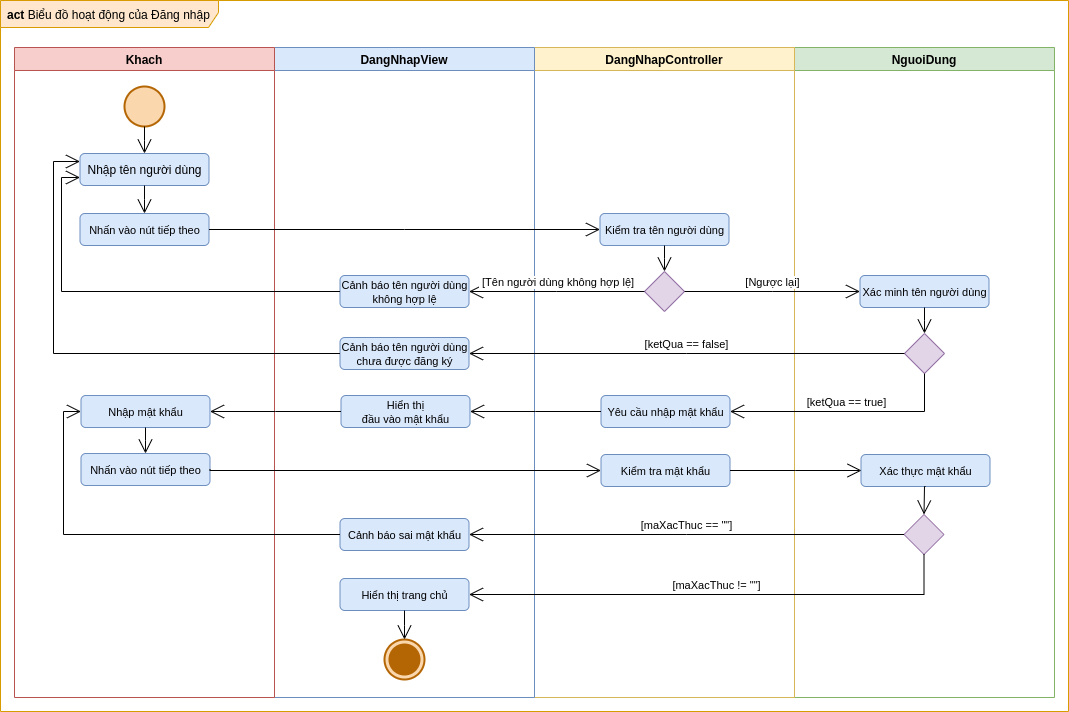
The draw.io diagram images/Activity Diagram/Login.png in luclegen/medicine16, before a commit. Source tidied: cells renumbered, new cells last; positions are measured from the earlier drawing's top-left corner, leaving out a move shared by most shapes.
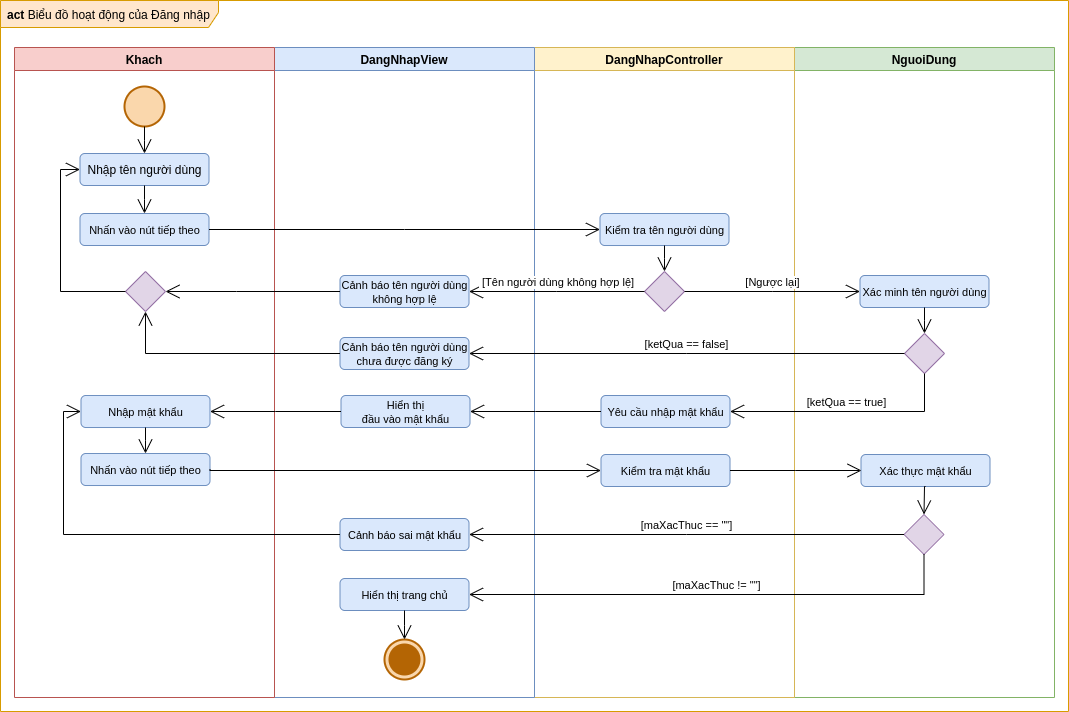
After the change.

Change to the diagram source:
```diff
@@ -95,6 +95,16 @@
     <mxCell id="32" style="edgeStyle=elbowEdgeStyle;html=1;elbow=vertical;verticalAlign=bottom;endArrow=open;rounded=0;endSize=12;exitX=0.5;exitY=1;exitDx=0;exitDy=0;entryX=0.5;entryY=0;entryDx=0;entryDy=0;" parent="24" edge="1" source="30" target="31">
       <mxGeometry relative="1" as="geometry" />
     </mxCell>
+    <mxCell id="47" style="shape=rhombus;html=1;verticalLabelPosition=bottom;verticalAlignment=top;fillColor=#e1d5e7;strokeColor=#9673a6;" parent="24" vertex="1">
+      <mxGeometry x="111" y="224" width="40" height="40" as="geometry" />
+    </mxCell>
+    <mxCell id="48" style="edgeStyle=elbowEdgeStyle;html=1;elbow=vertical;verticalAlign=bottom;endArrow=open;rounded=0;endSize=12;exitX=0;exitY=0.5;exitDx=0;exitDy=0;entryX=0;entryY=0.5;entryDx=0;entryDy=0;" parent="24" edge="1" source="47" target="26">
+      <mxGeometry relative="1" as="geometry">
+        <Array as="points">
+          <mxPoint x="46" y="195" />
+        </Array>
+      </mxGeometry>
+    </mxCell>
     <mxCell id="33" value="&amp;nbsp;[Tên người dùng không hợp lệ]" style="edgeStyle=elbowEdgeStyle;html=1;elbow=vertical;verticalAlign=bottom;endArrow=open;rounded=0;endSize=12;entryX=1;entryY=0.5;entryDx=0;entryDy=0;" parent="1" edge="1" source="12" target="17">
       <mxGeometry relative="1" as="geometry" />
     </mxCell>
@@ -127,21 +137,20 @@
         </Array>
       </mxGeometry>
     </mxCell>
-    <mxCell id="41" style="edgeStyle=elbowEdgeStyle;html=1;elbow=vertical;verticalAlign=bottom;endArrow=open;rounded=0;endSize=12;exitX=0;exitY=0.5;exitDx=0;exitDy=0;entryX=0;entryY=0.75;entryDx=0;entryDy=0;" parent="1" edge="1" source="17" target="26">
-      <mxGeometry relative="1" as="geometry">
-        <Array as="points">
-          <mxPoint x="61" y="291" />
-        </Array>
-      </mxGeometry>
-    </mxCell>
-    <mxCell id="42" style="edgeStyle=elbowEdgeStyle;html=1;elbow=vertical;verticalAlign=bottom;endArrow=open;rounded=0;endSize=12;exitX=0;exitY=0.5;exitDx=0;exitDy=0;entryX=0;entryY=0.25;entryDx=0;entryDy=0;" parent="1" edge="1" source="18" target="26">
-      <mxGeometry relative="1" as="geometry">
-        <Array as="points">
-          <mxPoint x="53" y="353" />
-          <mxPoint x="53" y="353" />
-        </Array>
-      </mxGeometry>
-    </mxCell>
+    <mxCell id="49" style="edgeStyle=elbowEdgeStyle;html=1;elbow=vertical;verticalAlign=bottom;endArrow=open;rounded=0;endSize=12;exitX=0;exitY=0.5;exitDx=0;exitDy=0;entryX=1;entryY=0.5;entryDx=0;entryDy=0;" parent="1" edge="1" source="17" target="47">
+      <mxGeometry relative="1" as="geometry">
+        <Array as="points">
+          <mxPoint x="236" y="291" />
+        </Array>
+      </mxGeometry>
+    </mxCell>
+    <mxCell id="50" style="edgeStyle=elbowEdgeStyle;html=1;elbow=vertical;verticalAlign=bottom;endArrow=open;rounded=0;endSize=12;exitX=0;exitY=0.5;exitDx=0;exitDy=0;entryX=0.5;entryY=1;entryDx=0;entryDy=0;" parent="1" edge="1" source="18" target="47">
+      <mxGeometry relative="1" as="geometry">
+        <Array as="points">
+          <mxPoint x="244" y="353" />
+        </Array>
+      </mxGeometry>
+    </mxCell>
     <mxCell id="43" style="edgeStyle=elbowEdgeStyle;html=1;elbow=vertical;verticalAlign=bottom;endArrow=open;rounded=0;endSize=12;exitX=0;exitY=0.5;exitDx=0;exitDy=0;entryX=0;entryY=0.5;entryDx=0;entryDy=0;" parent="1" edge="1" source="20" target="30">
       <mxGeometry relative="1" as="geometry">
         <Array as="points">
```
